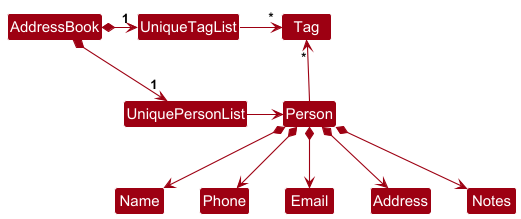
nus-cs2103-AY2425S1/tp keeps this PlantUML diagram as docs/images/BetterModelClassDiagram.png. Above is the earlier version.
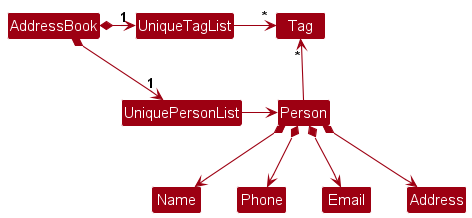
After the change.

Commit message:
Revert "Update Class Diagrams in the DG"

The edit, as a diff of the source:
```diff
@@ -18,5 +18,4 @@
 Person *--> Phone
 Person *--> Email
 Person *--> Address
-Person *--> Notes
 @enduml
```
